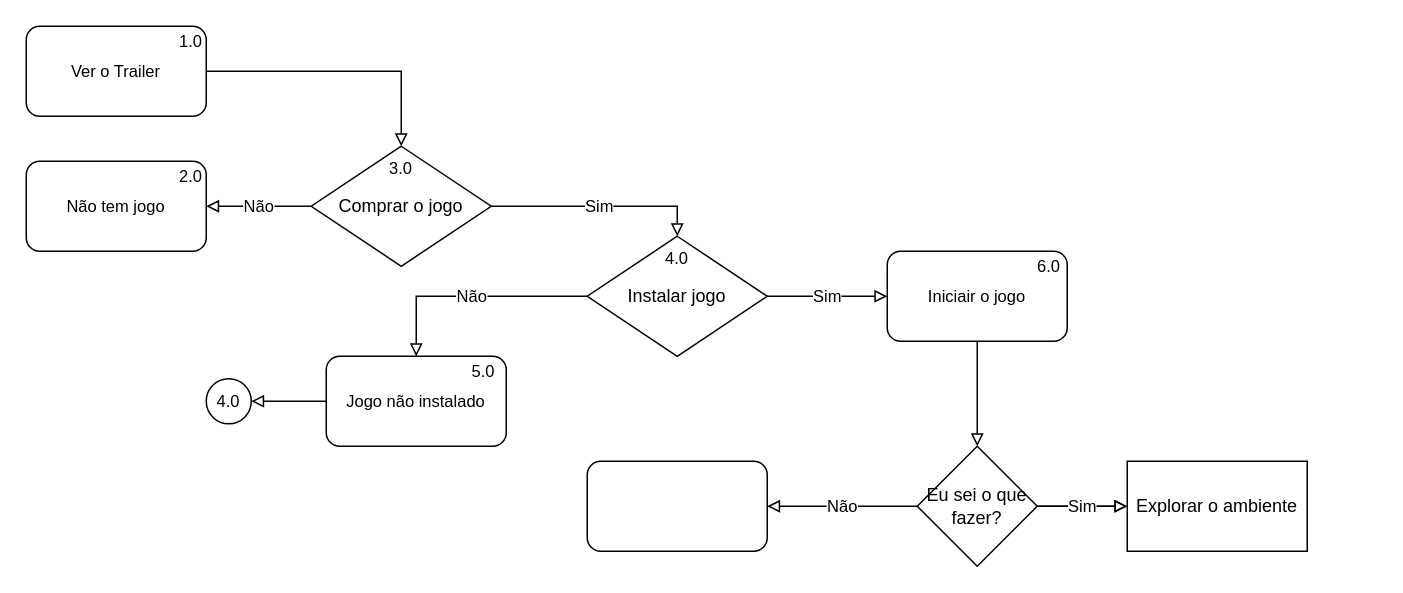
Above: Project_Museum.drawio in kuaruki/Project_Museum (draw.io), before the change. Source tidied: cells renumbered, new cells numbered last; positions are measured from the earlier drawing's top-left corner, leaving out a move shared by most shapes. Both pictures are drawn from the tidied source at 150%, with x=0, y=0 at pixel (26, 26).
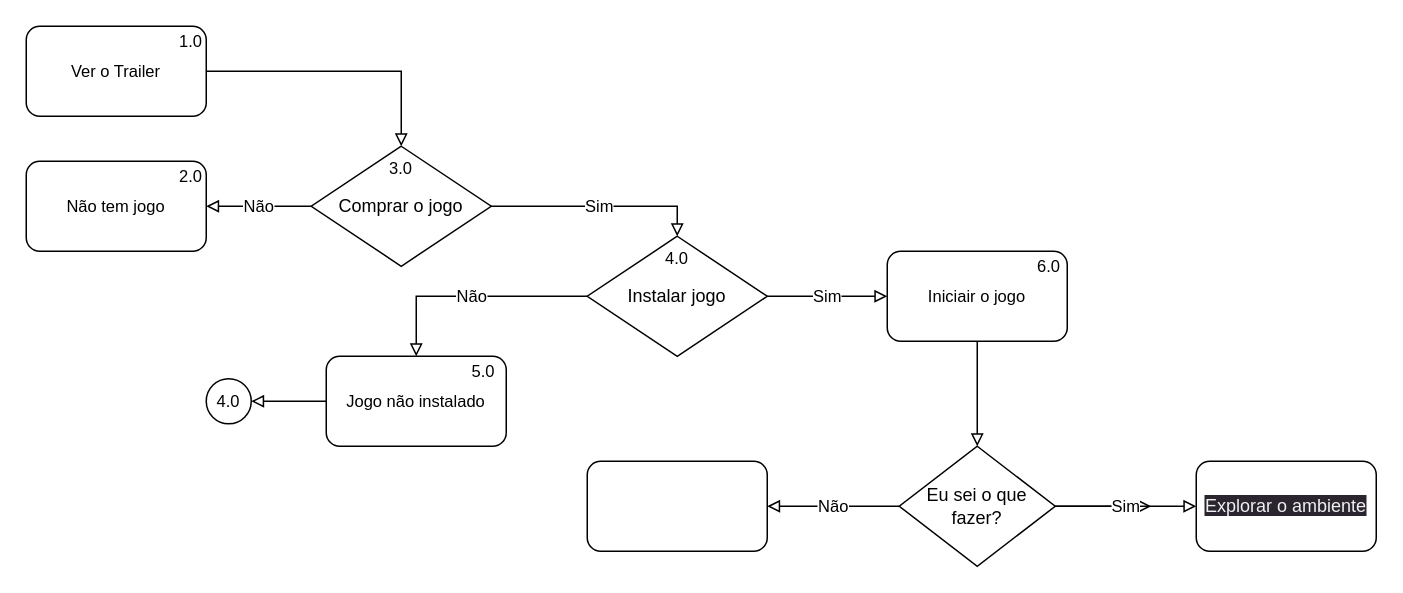
Above is the later version.

The edit, as a diff of the source:
```diff
@@
-    <mxCell id="12" style="edgeStyle=orthogonalEdgeStyle;shape=connector;rounded=0;jettySize=auto;html=1;labelBackgroundColor=default;strokeColor=default;fontFamily=Helvetica;fontSize=11;fontColor=default;endArrow=block;endFill=0;" parent="1" edge="1" source="14" target="18">
-      <mxGeometry relative="1" as="geometry" />
+    <mxCell id="12" style="edgeStyle=orthogonalEdgeStyle;shape=connector;rounded=0;jettySize=auto;html=1;labelBackgroundColor=default;strokeColor=default;fontFamily=Helvetica;fontSize=11;fontColor=default;endArrow=block;endFill=0;" parent="1" edge="1" source="14">
+      <mxGeometry relative="1" as="geometry">
+        <mxPoint x="750" y="320" as="targetPoint" />
+      </mxGeometry>
     </mxCell>
-    <mxCell id="13" value="Sim" style="edgeStyle=orthogonalEdgeStyle;shape=connector;rounded=0;jettySize=auto;html=1;labelBackgroundColor=default;strokeColor=default;fontFamily=Helvetica;fontSize=11;fontColor=default;endArrow=block;endFill=0;" parent="1" edge="1" source="14" target="18">
+    <mxCell id="13" value="Sim" style="edgeStyle=orthogonalEdgeStyle;shape=connector;rounded=0;jettySize=auto;html=1;labelBackgroundColor=default;strokeColor=default;fontFamily=Helvetica;fontSize=11;fontColor=default;endArrow=block;endFill=0;entryX=0;entryY=0.5;entryDx=0;entryDy=0;" parent="1" edge="1" source="14" target="18">
       <mxGeometry relative="1" as="geometry" />
     </mxCell>
     <mxCell id="14" value="Eu sei o que fazer?" style="rhombus;whiteSpace=wrap;html=1;rounded=0;" parent="1" vertex="1">
-      <mxGeometry x="594" y="280" width="80" height="80" as="geometry" />
+      <mxGeometry x="582" y="280" width="104" height="80" as="geometry" />
     </mxCell>
@@
     <mxCell id="16" value="4.0" style="text;strokeColor=none;align=center;fillColor=none;html=1;verticalAlign=middle;whiteSpace=wrap;rounded=0;fontSize=11;fontFamily=Helvetica;fontColor=default;" parent="1" vertex="1">
-      <mxGeometry x="404" y="140" width="60" height="30" as="geometry" />
+      <mxGeometry x="421" y="150" width="26" height="10" as="geometry" />
     </mxCell>
@@
-    <mxCell id="18" value="Explorar o ambiente" style="whiteSpace=wrap;html=1;rounded=0;" parent="1" vertex="1">
-      <mxGeometry x="734" y="290" width="120" height="60" as="geometry" />
-    </mxCell>
@@
+    <mxCell id="18" value="&lt;span style=&quot;color: rgb(240, 240, 240); font-family: Helvetica; font-size: 12px; font-style: normal; font-variant-ligatures: normal; font-variant-caps: normal; font-weight: 400; letter-spacing: normal; orphans: 2; text-align: center; text-indent: 0px; text-transform: none; widows: 2; word-spacing: 0px; -webkit-text-stroke-width: 0px; background-color: rgb(42, 37, 47); text-decoration-thickness: initial; text-decoration-style: initial; text-decoration-color: initial; float: none; display: inline !important;&quot;&gt;Explorar o ambiente&lt;/span&gt;" style="rounded=1;whiteSpace=wrap;html=1;" parent="1" vertex="1">
+      <mxGeometry x="780" y="290" width="120" height="60" as="geometry" />
+    </mxCell>
```
